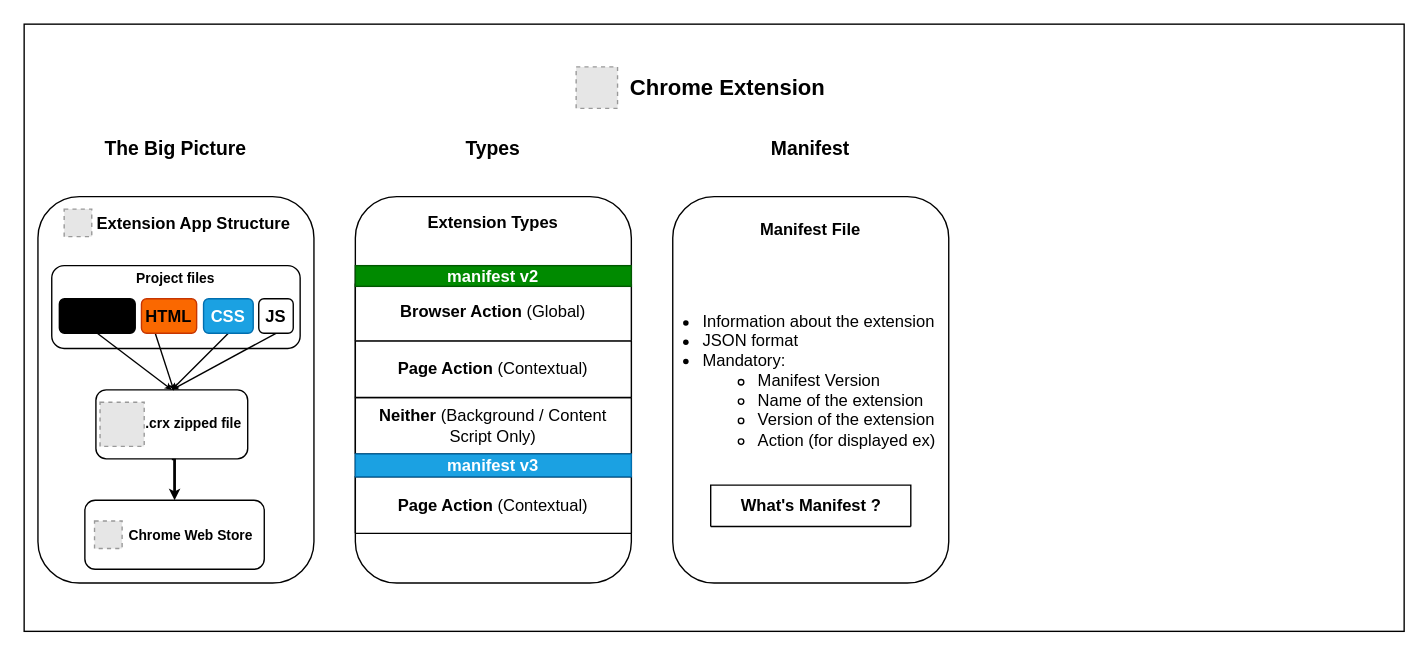
Above: Web Concepts & Internals/chrome extension/chrome extension.drawio in Mellagui/VisualWeb (draw.io), before the change. Source tidied: cells renumbered, new cells numbered last; positions are measured from the earlier drawing's top-left corner, leaving out a move shared by most shapes. Both pictures are drawn from the tidied source at 138%, with x=0, y=0 at pixel (23, 23). Pictures stored in the file or linked from it are replaced by grey dashed boxes.
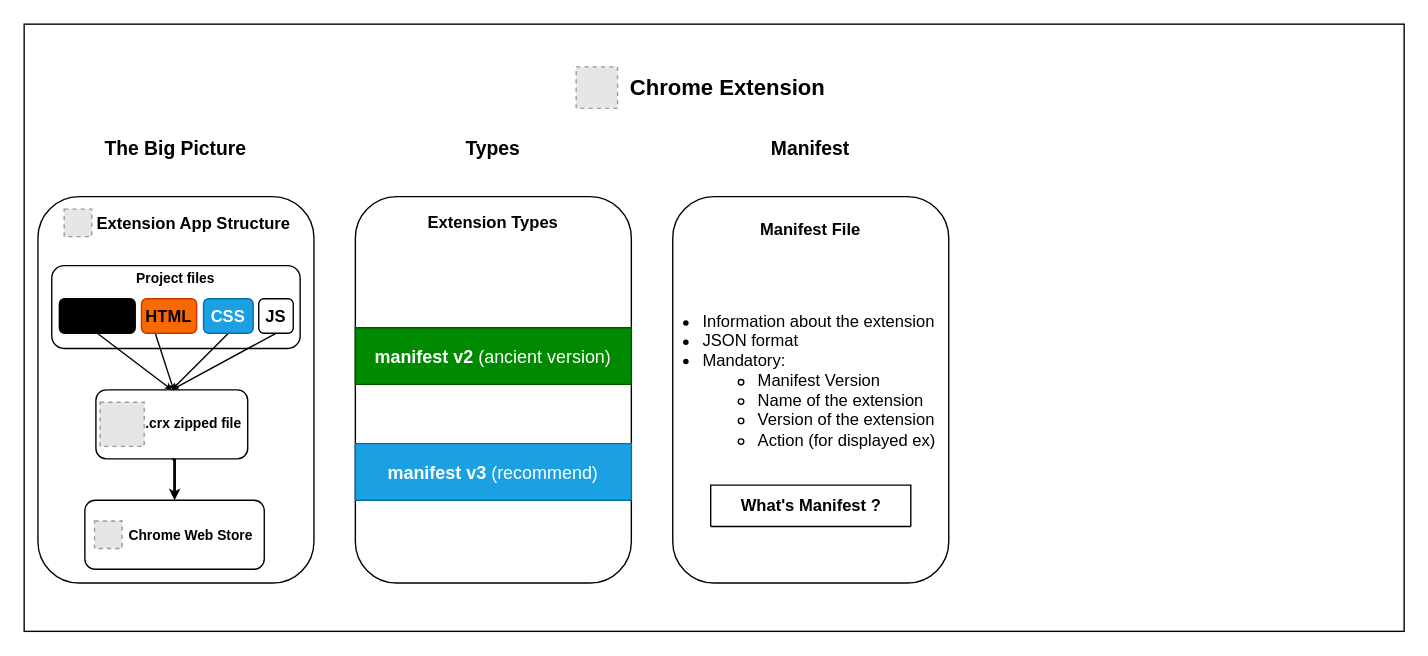
The same page after the edit.

Diff of the diagram source:
```diff
@@
-    <mxCell id="29" value="&lt;b&gt;Neither&lt;/b&gt;&amp;nbsp;&lt;font style=&quot;color: light-dark(rgb(0, 0, 0), rgb(212, 212, 212));&quot;&gt;(Background /&amp;nbsp;&lt;/font&gt;&lt;span style=&quot;color: light-dark(rgb(0, 0, 0), rgb(212, 212, 212)); background-color: transparent;&quot;&gt;Content&lt;/span&gt;&lt;div&gt;&lt;span style=&quot;color: light-dark(rgb(0, 0, 0), rgb(212, 212, 212)); background-color: transparent;&quot;&gt;Script Only)&lt;/span&gt;&lt;/div&gt;" style="swimlane;fontStyle=0;horizontal=1;startSize=41;whiteSpace=wrap;html=1;" parent="1" vertex="1" collapsed="1">
-      <mxGeometry x="240" y="270.5" width="200" height="41" as="geometry" />
-    </mxCell>
-    <mxCell id="30" value="&lt;b&gt;Page Action&lt;/b&gt;&amp;nbsp;&lt;font style=&quot;color: light-dark(rgb(0, 0, 0), rgb(212, 212, 212));&quot;&gt;(Contextual)&lt;/font&gt;" style="swimlane;fontStyle=0;horizontal=1;startSize=41;whiteSpace=wrap;html=1;" parent="1" vertex="1" collapsed="1">
-      <mxGeometry x="240" y="229.5" width="200" height="41" as="geometry" />
-    </mxCell>
-    <mxCell id="31" value="&lt;b&gt;Browser Action&lt;/b&gt;&amp;nbsp;&lt;font style=&quot;color: light-dark(rgb(0, 0, 0), rgb(212, 212, 212));&quot;&gt;(Global)&lt;/font&gt;" style="swimlane;fontStyle=0;horizontal=1;startSize=41;whiteSpace=wrap;html=1;" parent="1" vertex="1" collapsed="1">
-      <mxGeometry x="240" y="188.5" width="200" height="41" as="geometry" />
-    </mxCell>
@@
-    <mxCell id="37" value="manifest v2" style="rounded=0;whiteSpace=wrap;html=1;fillColor=#008a00;fontColor=#ffffff;strokeColor=#005700;fontStyle=1;" parent="1" vertex="1">
-      <mxGeometry x="240" y="175" width="200" height="15" as="geometry" />
-    </mxCell>
-    <mxCell id="38" value="&lt;b&gt;Page Action&lt;/b&gt;&amp;nbsp;&lt;font style=&quot;color: light-dark(rgb(0, 0, 0), rgb(212, 212, 212));&quot;&gt;(Contextual)&lt;/font&gt;" style="swimlane;fontStyle=0;horizontal=1;startSize=41;whiteSpace=wrap;html=1;" parent="1" vertex="1" collapsed="1">
-      <mxGeometry x="240" y="328" width="200" height="41" as="geometry" />
+    <mxCell id="38" value="&lt;font style=&quot;font-size: 13px;&quot;&gt;&lt;span style=&quot;font-weight: 700;&quot;&gt;manifest v3 &lt;/span&gt;(recommend)&lt;/font&gt;" style="swimlane;fontStyle=0;horizontal=1;startSize=41;whiteSpace=wrap;html=1;fillColor=#1ba1e2;fontColor=#ffffff;strokeColor=#006EAF;" parent="1" vertex="1" collapsed="1">
+      <mxGeometry x="240" y="304" width="200" height="41" as="geometry" />
     </mxCell>
-    <mxCell id="39" value="manifest v3" style="rounded=0;whiteSpace=wrap;html=1;fillColor=#1ba1e2;fontColor=#ffffff;strokeColor=#006EAF;fontStyle=1;" parent="1" vertex="1">
-      <mxGeometry x="240" y="311.5" width="200" height="16.5" as="geometry" />
-    </mxCell>
+    <mxCell id="31" value="&lt;font style=&quot;font-size: 13px;&quot;&gt;&lt;span style=&quot;font-weight: 700;&quot;&gt;manifest v2 &lt;/span&gt;(ancient version)&lt;/font&gt;" style="swimlane;fontStyle=0;horizontal=1;startSize=41;whiteSpace=wrap;html=1;fillColor=#008a00;fontColor=#ffffff;strokeColor=#005700;" parent="1" vertex="1" collapsed="1">
+      <mxGeometry x="240" y="220" width="200" height="41" as="geometry" />
+    </mxCell>
```
